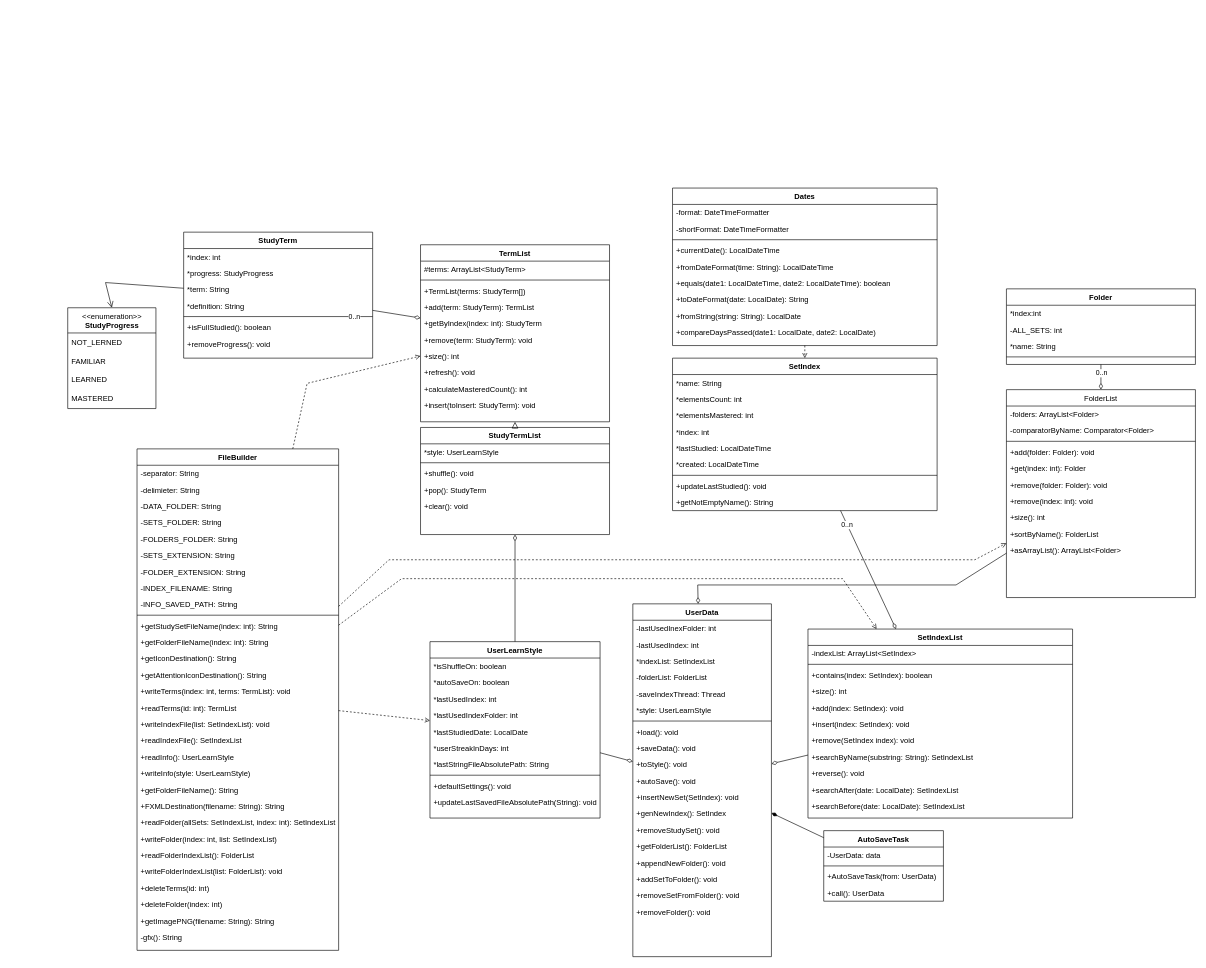
This is page "BackEnd" (4 of 4) of Uml/ClassDiagram.drawio from MouseCreator/Labs2course-UML1a, a draw.io file, before an edit. Source tidied: cells renumbered, new cells numbered last; positions are measured from the earlier drawing's top-left corner, leaving out a move shared by most shapes. Both pictures are drawn from the tidied source at 63%, with x=0, y=0 at pixel (67, 188).
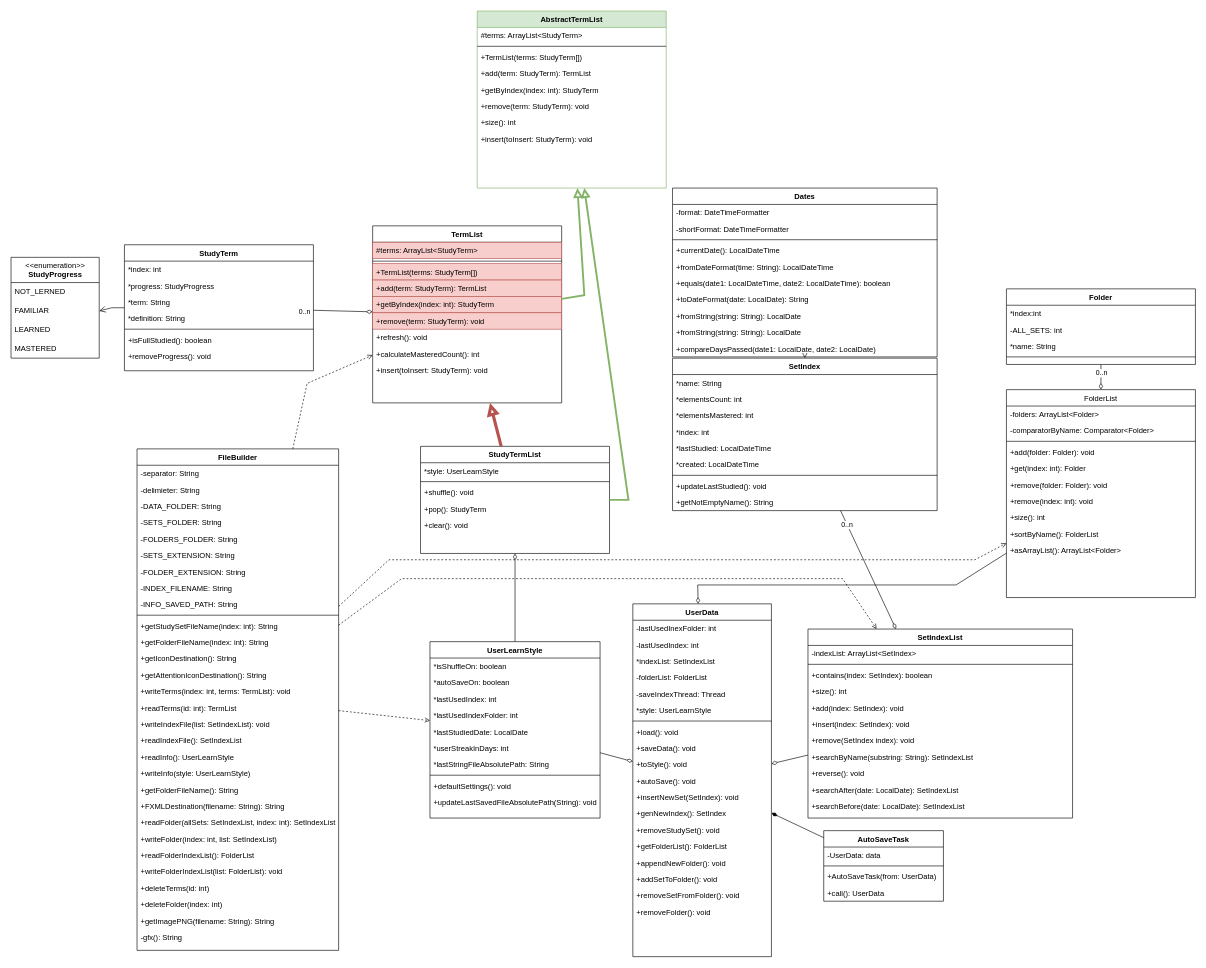
The same page after the edit.

The change refers to these unchanged cells:
```xml
<mxCell id="33" value="FAMILIAR" style="text;html=1;strokeColor=none;fillColor=none;align=left;verticalAlign=middle;spacingLeft=4;spacingRight=4;overflow=hidden;points=[[0,0.5],[1,0.5]];portConstraint=eastwest;rounded=0;" parent="31" vertex="1">
  <mxGeometry y="70" width="140" height="30" as="geometry" />
</mxCell>
```

What changed in the source:
```diff
@@
     <mxCell id="2" value="StudyTerm" style="swimlane;fontStyle=1;align=center;verticalAlign=top;horizontal=1;startSize=26;rounded=0;shadow=0;strokeWidth=1;" parent="1" vertex="1">
-      <mxGeometry x="184" y="70" width="300" height="200" as="geometry" />
+      <mxGeometry x="90" y="90" width="300" height="200" as="geometry" />
     </mxCell>
@@
     <mxCell id="10" value="TermList" style="swimlane;fontStyle=1;align=center;verticalAlign=top;horizontal=1;startSize=26;rounded=0;shadow=0;strokeWidth=1;" parent="1" vertex="1">
-      <mxGeometry x="560" y="90" width="300" height="281" as="geometry" />
+      <mxGeometry x="484" y="60" width="300" height="281" as="geometry" />
     </mxCell>
-    <mxCell id="11" value="#terms: ArrayList&lt;StudyTerm&gt;" style="text;align=left;verticalAlign=top;spacingLeft=4;spacingRight=4;overflow=hidden;rounded=0;shadow=0;html=0;" parent="10" vertex="1">
+    <mxCell id="11" value="#terms: ArrayList&lt;StudyTerm&gt;" style="text;align=left;verticalAlign=top;spacingLeft=4;spacingRight=4;overflow=hidden;rounded=0;shadow=0;html=0;fillColor=#f8cecc;strokeColor=#b85450;" parent="10" vertex="1">
       <mxGeometry y="26" width="300" height="26" as="geometry" />
     </mxCell>
@@
-    <mxCell id="13" value="+TermList(terms: StudyTerm[])" style="text;align=left;verticalAlign=top;spacingLeft=4;spacingRight=4;overflow=hidden;rounded=0;" parent="10" vertex="1">
+    <mxCell id="13" value="+TermList(terms: StudyTerm[])" style="text;align=left;verticalAlign=top;spacingLeft=4;spacingRight=4;overflow=hidden;rounded=0;fillColor=#f8cecc;strokeColor=#b85450;" parent="10" vertex="1">
       <mxGeometry y="60" width="300" height="26" as="geometry" />
     </mxCell>
-    <mxCell id="14" value="+add(term: StudyTerm): TermList" style="text;align=left;verticalAlign=top;spacingLeft=4;spacingRight=4;overflow=hidden;rounded=0;" parent="10" vertex="1">
+    <mxCell id="14" value="+add(term: StudyTerm): TermList" style="text;align=left;verticalAlign=top;spacingLeft=4;spacingRight=4;overflow=hidden;rounded=0;fillColor=#f8cecc;strokeColor=#b85450;" parent="10" vertex="1">
       <mxGeometry y="86" width="300" height="26" as="geometry" />
     </mxCell>
-    <mxCell id="15" value="+getByIndex(index: int): StudyTerm" style="text;align=left;verticalAlign=top;spacingLeft=4;spacingRight=4;overflow=hidden;rounded=0;" parent="10" vertex="1">
+    <mxCell id="15" value="+getByIndex(index: int): StudyTerm" style="text;align=left;verticalAlign=top;spacingLeft=4;spacingRight=4;overflow=hidden;rounded=0;fillColor=#f8cecc;strokeColor=#b85450;" parent="10" vertex="1">
       <mxGeometry y="112" width="300" height="26" as="geometry" />
     </mxCell>
-    <mxCell id="16" value="+remove(term: StudyTerm): void" style="text;align=left;verticalAlign=top;spacingLeft=4;spacingRight=4;overflow=hidden;rounded=0;" parent="10" vertex="1">
+    <mxCell id="16" value="+remove(term: StudyTerm): void" style="text;align=left;verticalAlign=top;spacingLeft=4;spacingRight=4;overflow=hidden;rounded=0;fillColor=#f8cecc;strokeColor=#b85450;" parent="10" vertex="1">
       <mxGeometry y="138" width="300" height="26" as="geometry" />
     </mxCell>
-    <mxCell id="17" value="+size(): int" style="text;align=left;verticalAlign=top;spacingLeft=4;spacingRight=4;overflow=hidden;rounded=0;" parent="10" vertex="1">
-      <mxGeometry y="164" width="300" height="26" as="geometry" />
-    </mxCell>
     <mxCell id="18" value="+refresh(): void" style="text;align=left;verticalAlign=top;spacingLeft=4;spacingRight=4;overflow=hidden;rounded=0;" parent="10" vertex="1">
-      <mxGeometry y="190" width="300" height="26" as="geometry" />
+      <mxGeometry y="164" width="300" height="26" as="geometry" />
     </mxCell>
     <mxCell id="19" value="+calculateMasteredCount(): int" style="text;align=left;verticalAlign=top;spacingLeft=4;spacingRight=4;overflow=hidden;rounded=0;" parent="10" vertex="1">
-      <mxGeometry y="216" width="300" height="26" as="geometry" />
+      <mxGeometry y="190" width="300" height="26" as="geometry" />
     </mxCell>
     <mxCell id="20" value="+insert(toInsert: StudyTerm): void" style="text;align=left;verticalAlign=top;spacingLeft=4;spacingRight=4;overflow=hidden;rounded=0;" parent="10" vertex="1">
-      <mxGeometry y="242" width="300" height="26" as="geometry" />
+      <mxGeometry y="216" width="300" height="26" as="geometry" />
     </mxCell>
@@
     <mxCell id="31" value="&amp;lt;&amp;lt;enumeration&amp;gt;&amp;gt;&lt;br&gt;&lt;b&gt;StudyProgress&lt;/b&gt;" style="swimlane;fontStyle=0;align=center;verticalAlign=top;horizontal=1;startSize=40;html=1;rounded=0;" parent="1" vertex="1">
-      <mxGeometry y="190" width="140" height="160" as="geometry" />
+      <mxGeometry x="-90" y="110" width="140" height="160" as="geometry" />
     </mxCell>
@@
-    <mxCell id="36" style="endArrow=open;startArrow=none;endFill=0;startFill=0;endSize=8;html=1;verticalAlign=bottom;labelBackgroundColor=none;strokeWidth=1;rounded=0;entryX=0.5;entryY=0;entryDx=0;entryDy=0;" parent="1" edge="1" source="2" target="31">
+    <mxCell id="36" style="endArrow=open;startArrow=none;endFill=0;startFill=0;endSize=8;html=1;verticalAlign=bottom;labelBackgroundColor=none;strokeWidth=1;rounded=0;entryX=1;entryY=0.5;entryDx=0;entryDy=0;" parent="1" edge="1" source="2" target="33">
       <mxGeometry relative="1" as="geometry">
         <Array as="points">
-          <mxPoint x="60" y="150" />
+          <mxPoint x="70" y="190" />
         </Array>
       </mxGeometry>
     </mxCell>
     <mxCell id="37" value="StudyTermList" style="swimlane;fontStyle=1;align=center;verticalAlign=top;horizontal=1;startSize=26;rounded=0;shadow=0;strokeWidth=1;" parent="1" vertex="1">
-      <mxGeometry x="560" y="380" width="300" height="170" as="geometry" />
+      <mxGeometry x="560" y="410" width="300" height="170" as="geometry" />
     </mxCell>
@@
-    <mxCell id="43" style="endArrow=block;html=1;rounded=0;align=center;verticalAlign=bottom;endFill=0;labelBackgroundColor=none;endSize=8;" parent="1" edge="1" source="37" target="10">
+    <mxCell id="43" style="endArrow=block;html=1;rounded=0;align=center;verticalAlign=bottom;endFill=0;labelBackgroundColor=none;endSize=8;fillColor=#f8cecc;strokeColor=#b85450;strokeWidth=5;" parent="1" edge="1" source="37" target="10">
       <mxGeometry relative="1" as="geometry" />
     </mxCell>
@@
     <mxCell id="125" value="Dates" style="swimlane;fontStyle=1;align=center;verticalAlign=top;horizontal=1;startSize=26;rounded=0;shadow=0;strokeWidth=1;" parent="1" vertex="1">
-      <mxGeometry x="960" width="420" height="250" as="geometry" />
+      <mxGeometry x="960" width="420" height="268" as="geometry" />
     </mxCell>
@@
+    <mxCell id="165" value="+fromString(string: String): LocalDate" style="text;align=left;verticalAlign=top;spacingLeft=4;spacingRight=4;overflow=hidden;rounded=0;shadow=0;html=0;" parent="125" vertex="1">
+      <mxGeometry y="190" width="420" height="26" as="geometry" />
+    </mxCell>
     <mxCell id="133" value="+fromString(string: String): LocalDate" style="text;align=left;verticalAlign=top;spacingLeft=4;spacingRight=4;overflow=hidden;rounded=0;shadow=0;html=0;" parent="125" vertex="1">
-      <mxGeometry y="190" width="420" height="26" as="geometry" />
+      <mxGeometry y="216" width="420" height="26" as="geometry" />
     </mxCell>
     <mxCell id="134" value="+compareDaysPassed(date1: LocalDate, date2: LocalDate)" style="text;align=left;verticalAlign=top;spacingLeft=4;spacingRight=4;overflow=hidden;rounded=0;shadow=0;html=0;" parent="125" vertex="1">
-      <mxGeometry y="216" width="420" height="26" as="geometry" />
+      <mxGeometry y="242" width="420" height="26" as="geometry" />
     </mxCell>
@@
+    <mxCell id="166" value="AbstractTermList" style="swimlane;fontStyle=1;align=center;verticalAlign=top;horizontal=1;startSize=26;rounded=0;shadow=0;strokeWidth=1;fillColor=#d5e8d4;strokeColor=#82b366;" parent="1" vertex="1">
+      <mxGeometry x="650" y="-281" width="300" height="281" as="geometry" />
+    </mxCell>
+    <mxCell id="167" value="#terms: ArrayList&lt;StudyTerm&gt;" style="text;align=left;verticalAlign=top;spacingLeft=4;spacingRight=4;overflow=hidden;rounded=0;shadow=0;html=0;" parent="166" vertex="1">
+      <mxGeometry y="26" width="300" height="26" as="geometry" />
+    </mxCell>
+    <mxCell id="168" style="line;html=1;strokeWidth=1;align=left;verticalAlign=middle;spacingTop=-1;spacingLeft=3;spacingRight=3;labelPosition=right;rounded=0;" parent="166" vertex="1">
+      <mxGeometry y="52" width="300" height="8" as="geometry" />
+    </mxCell>
+    <mxCell id="169" value="+TermList(terms: StudyTerm[])" style="text;align=left;verticalAlign=top;spacingLeft=4;spacingRight=4;overflow=hidden;rounded=0;" parent="166" vertex="1">
+      <mxGeometry y="60" width="300" height="26" as="geometry" />
+    </mxCell>
+    <mxCell id="170" value="+add(term: StudyTerm): TermList" style="text;align=left;verticalAlign=top;spacingLeft=4;spacingRight=4;overflow=hidden;rounded=0;" parent="166" vertex="1">
+      <mxGeometry y="86" width="300" height="26" as="geometry" />
+    </mxCell>
+    <mxCell id="171" value="+getByIndex(index: int): StudyTerm" style="text;align=left;verticalAlign=top;spacingLeft=4;spacingRight=4;overflow=hidden;rounded=0;" parent="166" vertex="1">
+      <mxGeometry y="112" width="300" height="26" as="geometry" />
+    </mxCell>
+    <mxCell id="172" value="+remove(term: StudyTerm): void" style="text;align=left;verticalAlign=top;spacingLeft=4;spacingRight=4;overflow=hidden;rounded=0;" parent="166" vertex="1">
+      <mxGeometry y="138" width="300" height="26" as="geometry" />
+    </mxCell>
+    <mxCell id="17" value="+size(): int" style="text;align=left;verticalAlign=top;spacingLeft=4;spacingRight=4;overflow=hidden;rounded=0;" parent="166" vertex="1">
+      <mxGeometry y="164" width="300" height="26" as="geometry" />
+    </mxCell>
+    <mxCell id="173" value="+insert(toInsert: StudyTerm): void" style="text;align=left;verticalAlign=top;spacingLeft=4;spacingRight=4;overflow=hidden;rounded=0;" parent="166" vertex="1">
+      <mxGeometry y="190" width="300" height="26" as="geometry" />
+    </mxCell>
+    <mxCell id="174" style="endArrow=block;html=1;rounded=0;align=center;verticalAlign=bottom;endFill=0;labelBackgroundColor=none;endSize=8;fillColor=#d5e8d4;strokeColor=#82b366;strokeWidth=3;" parent="1" edge="1" source="37" target="166">
+      <mxGeometry relative="1" as="geometry">
+        <Array as="points">
+          <mxPoint x="890" y="495" />
+        </Array>
+      </mxGeometry>
+    </mxCell>
+    <mxCell id="175" style="endArrow=block;html=1;rounded=0;align=center;verticalAlign=bottom;endFill=0;labelBackgroundColor=none;endSize=8;fillColor=#d5e8d4;strokeColor=#82b366;strokeWidth=3;" parent="1" edge="1" source="10" target="166">
+      <mxGeometry relative="1" as="geometry">
+        <Array as="points">
+          <mxPoint x="820" y="170" />
+        </Array>
+      </mxGeometry>
+    </mxCell>
```
